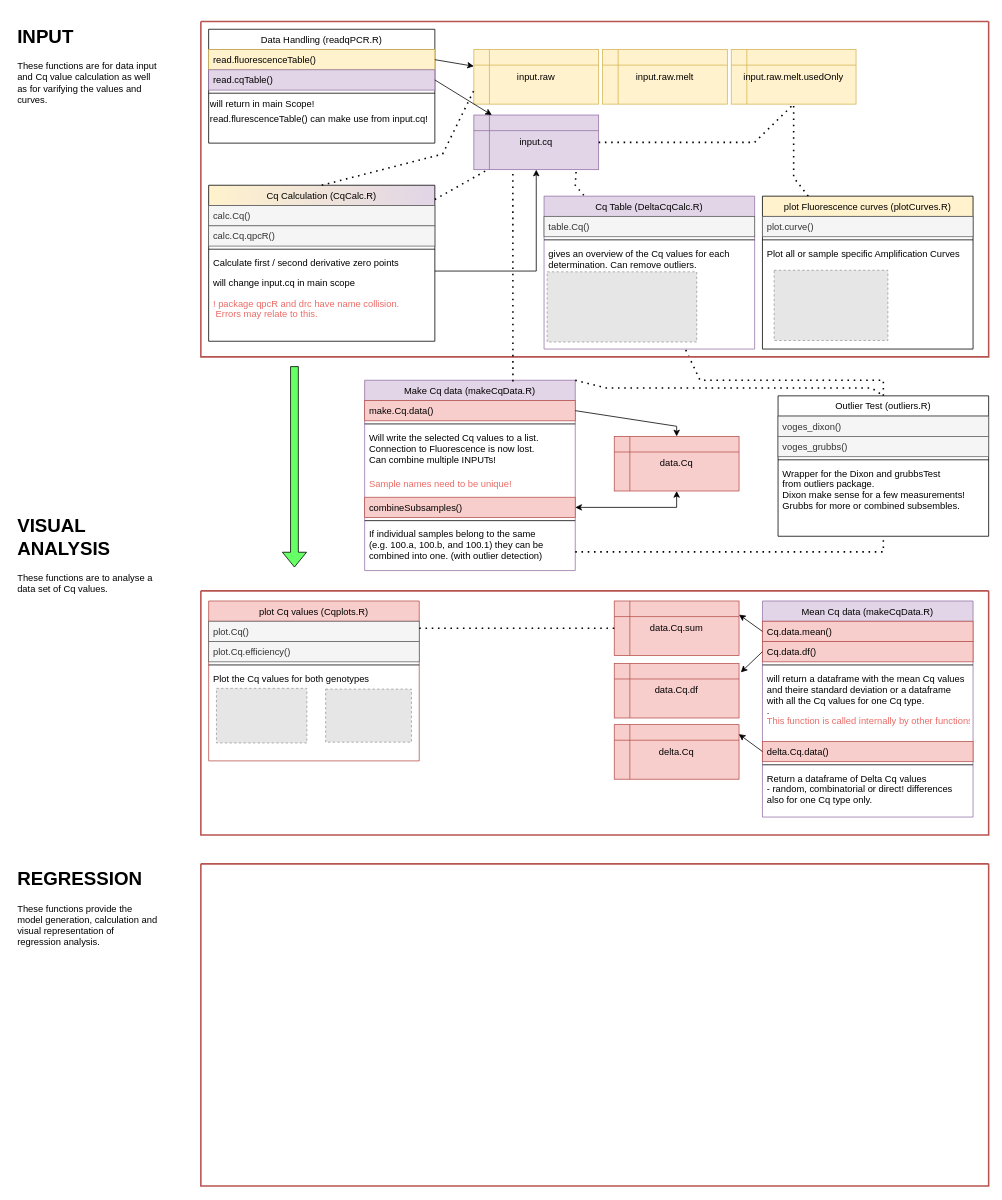
This is overview.drawio from AGSeifert/DoubleqpcR, a draw.io file, before an edit. Source tidied: cells renumbered, new cells numbered last; positions are measured from the earlier drawing's top-left corner, leaving out a move shared by most shapes. Both pictures are drawn from the tidied source at 78%, with x=0, y=0 at pixel (13, 21). Pictures stored in the file or linked from it are replaced by grey dashed boxes.
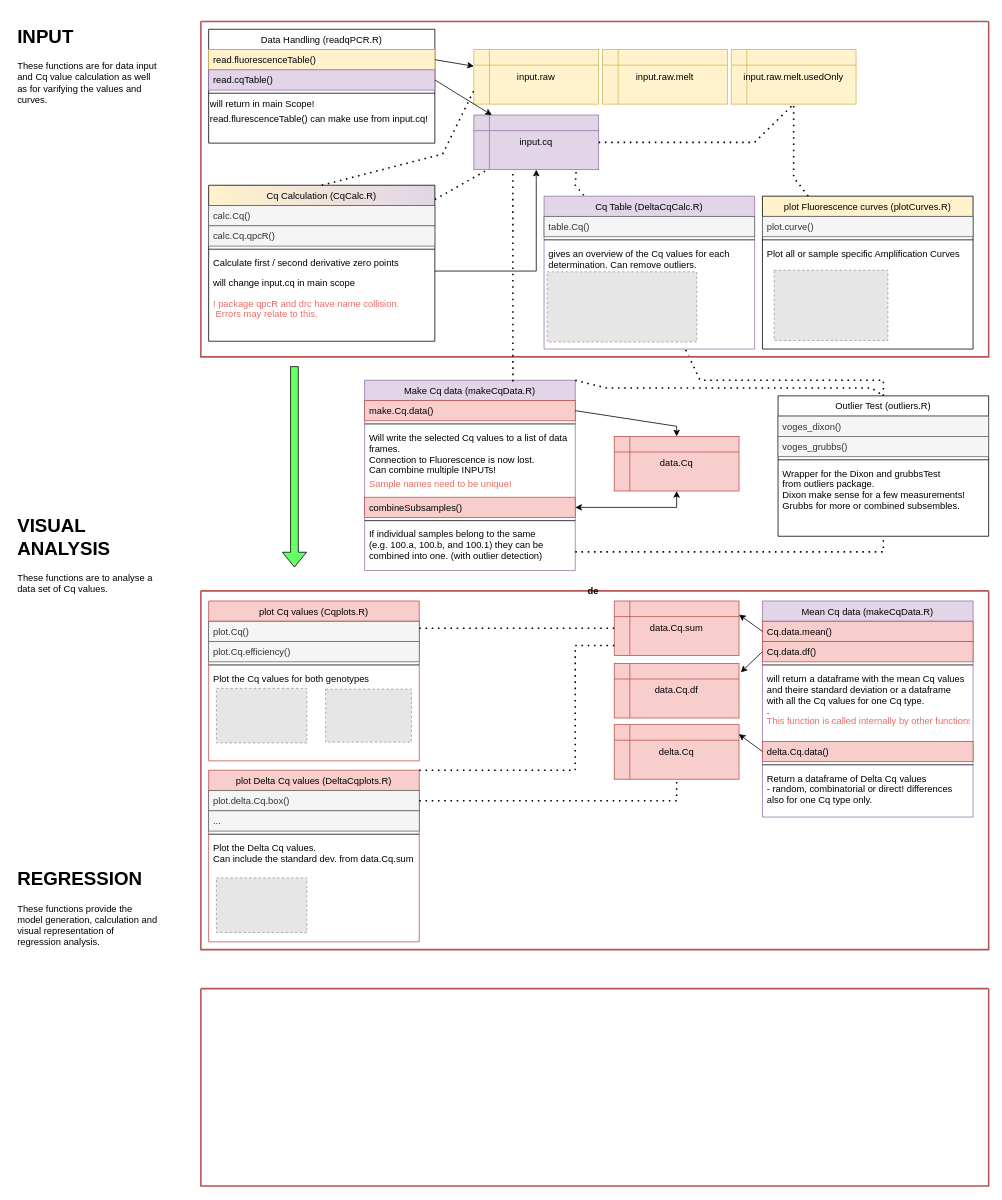
After the change.

Unchanged cells that the change refers to:
```xml
<mxCell id="71" value="delta.Cq" style="shape=internalStorage;whiteSpace=wrap;html=1;backgroundOutline=1;fillColor=#f8cecc;strokeColor=#b85450;sketch=0;" parent="48" vertex="1">
  <mxGeometry x="530" y="171.5" width="160" height="70" as="geometry" />
</mxCell>
<mxCell id="74" value="Make Cq data (makeCqData.R)" style="swimlane;fontStyle=0;align=center;verticalAlign=top;horizontal=1;startSize=26;rounded=0;shadow=0;strokeWidth=1;gradientDirection=east;glass=0;sketch=0;fillColor=#e1d5e7;strokeColor=#9673a6;" parent="1" vertex="1">
  <mxGeometry x="450" y="460" width="270" height="244" as="geometry" />
</mxCell>
```

The edit, as a diff of the source:
```diff
@@
-    <mxCell id="48" style="swimlane;startSize=0;strokeColor=#B85450;strokeWidth=2;fillColor=none;gradientColor=none;" parent="1" vertex="1">
-      <mxGeometry x="240" y="730" width="1010" height="313" as="geometry" />
+    <mxCell id="48" value="de " style="swimlane;startSize=0;strokeColor=#B85450;strokeWidth=2;fillColor=none;gradientColor=none;" parent="1" vertex="1">
+      <mxGeometry x="240" y="730" width="1010" height="460" as="geometry" />
     </mxCell>
@@
+    <mxCell id="91" value="plot Delta Cq values (DeltaCqplots.R)" style="swimlane;fontStyle=0;align=center;verticalAlign=top;horizontal=1;startSize=26;rounded=0;shadow=0;strokeWidth=1;gradientDirection=east;fillColor=#f8cecc;strokeColor=#b85450;glass=0;sketch=0;" parent="48" vertex="1">
+      <mxGeometry x="10" y="230" width="270" height="220" as="geometry" />
+    </mxCell>
+    <mxCell id="92" value="plot.delta.Cq.box()" style="text;align=left;verticalAlign=top;spacingLeft=4;spacingRight=4;overflow=hidden;points=[[0,0.5],[1,0.5]];portConstraint=eastwest;fillColor=#f5f5f5;strokeColor=#666666;fontColor=#333333;sketch=0;" parent="91" vertex="1">
+      <mxGeometry y="26" width="270" height="26" as="geometry" />
+    </mxCell>
+    <mxCell id="93" value="..." style="text;align=left;verticalAlign=top;spacingLeft=4;spacingRight=4;overflow=hidden;fillColor=#f5f5f5;strokeColor=#666666;fontColor=#333333;sketch=0;" parent="91" vertex="1">
+      <mxGeometry y="52" width="270" height="26" as="geometry" />
+    </mxCell>
+    <mxCell id="94" style="line;html=1;strokeWidth=1;align=left;verticalAlign=middle;spacingTop=-1;spacingLeft=3;spacingRight=3;labelPosition=right;sketch=0;" parent="91" vertex="1">
+      <mxGeometry y="78" width="270" height="8" as="geometry" />
+    </mxCell>
+    <mxCell id="95" value="Plot the Delta Cq values.&#10;Can include the standard dev. from data.Cq.sum" style="text;align=left;verticalAlign=top;spacingLeft=4;spacingRight=4;overflow=hidden;fontStyle=0;fillColor=none;sketch=0;" parent="91" vertex="1">
+      <mxGeometry y="86" width="270" height="34" as="geometry" />
+    </mxCell>
+    <mxCell id="96" style="group;" parent="91" vertex="1">
+      <mxGeometry y="120" width="270" height="93" as="geometry" />
+    </mxCell>
+    <mxCell id="97" style="fillColor=#E6E6E6;strokeColor=#999999;dashed=1;verticalLabelPosition=bottom;verticalAlign=top;" parent="96" vertex="1">
+      <mxGeometry x="10" y="18" width="115.9" height="70" as="geometry" />
+    </mxCell>
+    <mxCell id="98" style="endArrow=none;dashed=1;html=1;dashPattern=1 3;strokeWidth=2;rounded=0;exitX=1;exitY=0.5;exitDx=0;exitDy=0;entryX=0.5;entryY=1;entryDx=0;entryDy=0;" parent="48" edge="1" source="92" target="71">
+      <mxGeometry relative="1" as="geometry">
+        <Array as="points">
+          <mxPoint x="610" y="269" />
+        </Array>
+      </mxGeometry>
+    </mxCell>
+    <mxCell id="99" style="endArrow=none;dashed=1;html=1;dashPattern=1 3;strokeWidth=2;rounded=0;entryX=1;entryY=0;entryDx=0;entryDy=0;" parent="48" edge="1" target="91">
+      <mxGeometry relative="1" as="geometry">
+        <mxPoint x="530" y="70" as="sourcePoint" />
+        <Array as="points">
+          <mxPoint x="480" y="70" />
+          <mxPoint x="480" y="230" />
+        </Array>
+      </mxGeometry>
+    </mxCell>
@@
-    <mxCell id="77" value="Will write the selected Cq values to a list. &#10;Connection to Fluorescence is now lost.&#10;Can combine multiple INPUTs!" style="text;align=left;verticalAlign=top;spacingLeft=4;spacingRight=4;overflow=hidden;fontStyle=0;fillColor=none;sketch=0;fontColor=#000000;" parent="74" vertex="1">
+    <mxCell id="77" value="Will write the selected Cq values to a list of data&#10;frames. &#10;Connection to Fluorescence is now lost.&#10;Can combine multiple INPUTs!" style="text;align=left;verticalAlign=top;spacingLeft=4;spacingRight=4;overflow=hidden;fontStyle=0;fillColor=none;sketch=0;fontColor=#000000;" parent="74" vertex="1">
       <mxGeometry y="60" width="270" height="60" as="geometry" />
     </mxCell>
@@
     <mxCell id="87" style="swimlane;startSize=0;strokeColor=#B85450;strokeWidth=2;fillColor=none;gradientColor=none;" parent="1" vertex="1">
-      <mxGeometry x="240" y="1080" width="1010" height="413" as="geometry" />
+      <mxGeometry x="240" y="1240" width="1010" height="253" as="geometry" />
     </mxCell>
```
